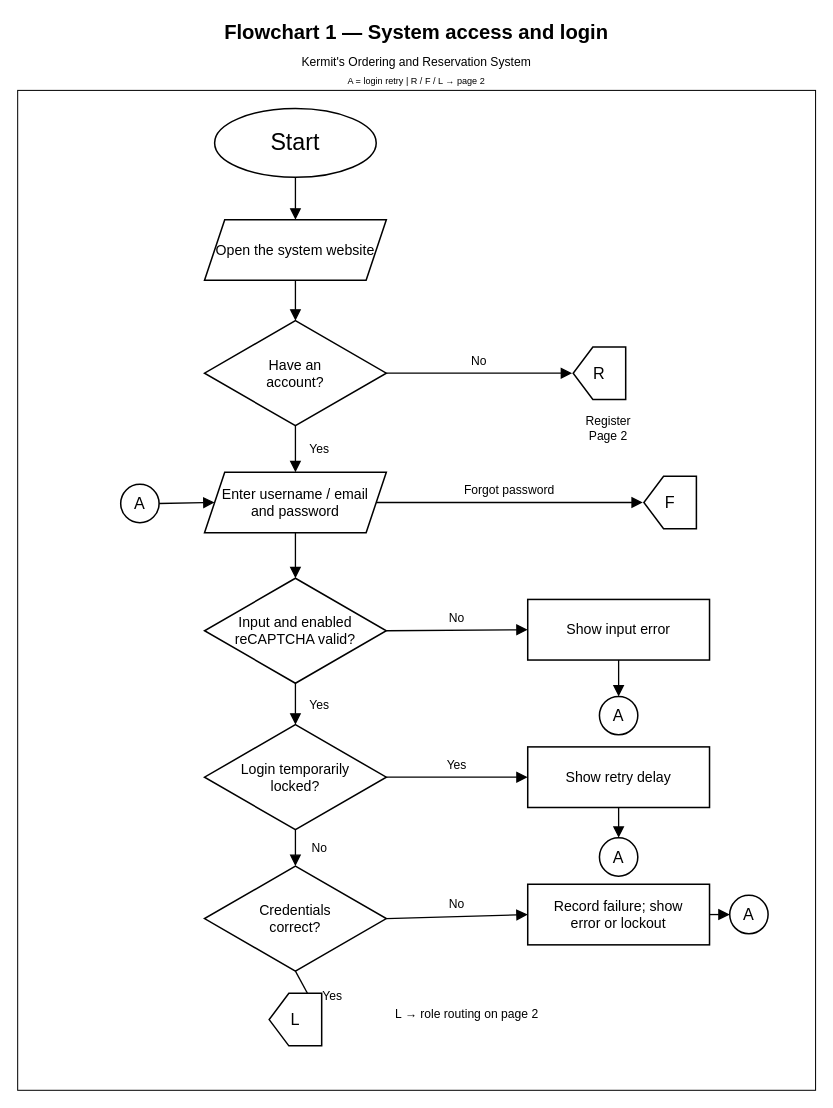
Earlier version of the draw.io diagram page "1. System access and login" (1 of 9) of docs/SYSTEM_FLOWCHART.drawio (getcooked/kermits-POS). Source tidied: cells renumbered, new cells numbered last; positions are measured from the earlier drawing's top-left corner, leaving out a move shared by most shapes. Both pictures are drawn from the tidied source at 101%, with x=0, y=0 at pixel (17, 17).
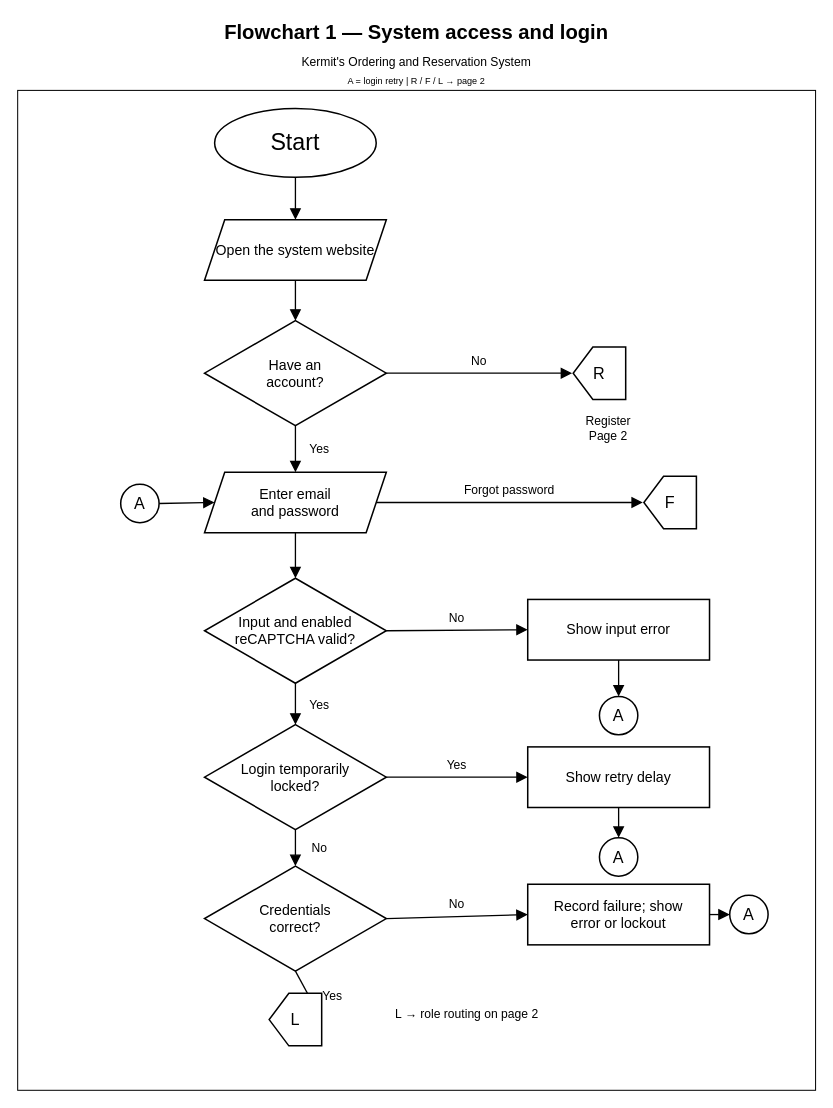
The same diagram, later.

Change to the diagram source:
```diff
@@
-    <mxCell id="28" value="Enter username / email&#10;and password" style="shape=parallelogram;perimeter=parallelogramPerimeter;fixedSize=1;whiteSpace=wrap;html=0;fillColor=#ffffff;strokeColor=#000000;strokeWidth=1.5;fontColor=#000000;fontFamily=Arial;fontSize=14;align=center;verticalAlign=middle;spacing=5;" parent="1" vertex="1">
+    <mxCell id="28" value="Enter email&#10;and password" style="shape=parallelogram;perimeter=parallelogramPerimeter;fixedSize=1;whiteSpace=wrap;html=0;fillColor=#ffffff;strokeColor=#000000;strokeWidth=1.5;fontColor=#000000;fontFamily=Arial;fontSize=14;align=center;verticalAlign=middle;spacing=5;" parent="1" vertex="1">
       <mxGeometry x="185" y="450" width="180" height="60" as="geometry" />
     </mxCell>
```
